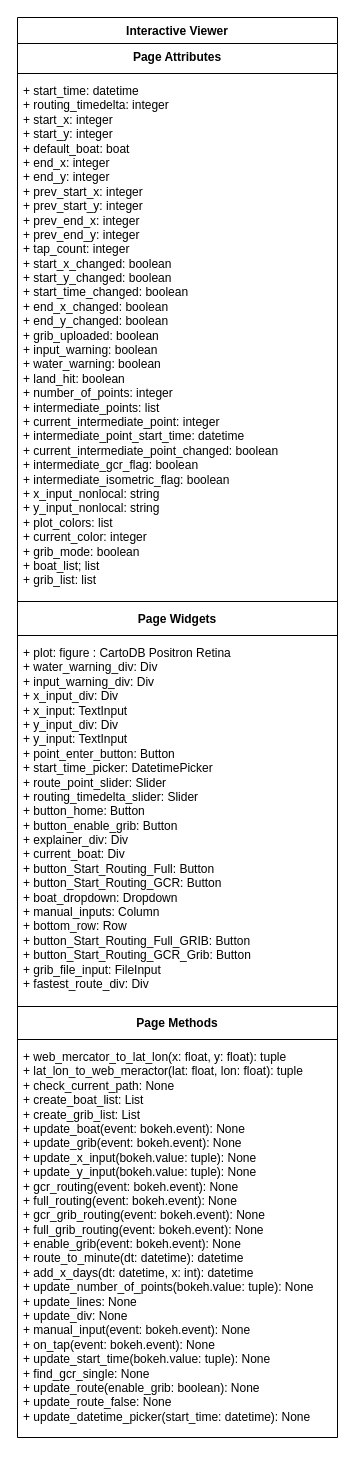
Before: Diagrams/Interactive_Viewer_diagram.drawio in vandorena/NEA, a draw.io diagram. Source tidied: cells renumbered, new cells numbered last; positions are measured from the earlier drawing's top-left corner, leaving out a move shared by most shapes. Both pictures are drawn from the tidied source at 100%, with x=0, y=0 at pixel (17, 17).
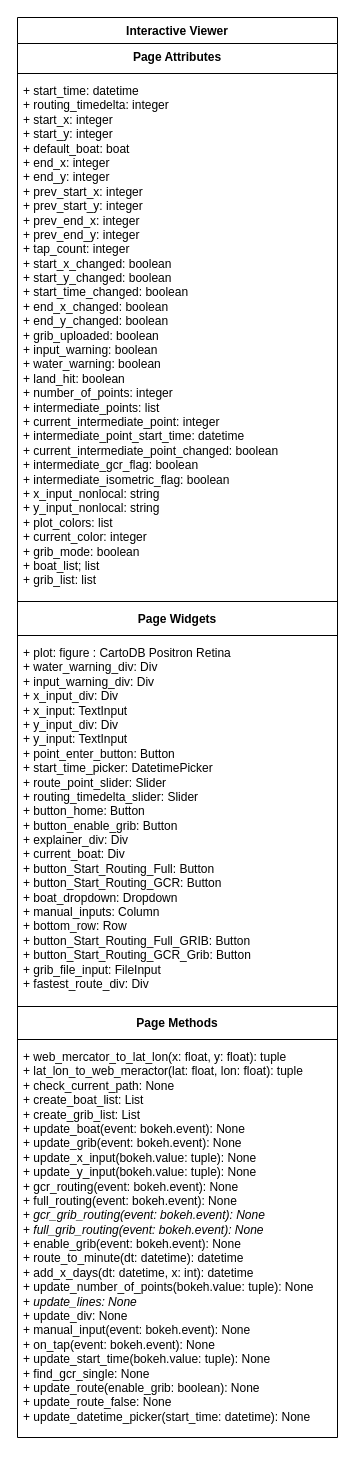
After the change.

Diff of the diagram source:
```diff
@@
 <mxGraphModel>
   <root>
     <mxCell id="0" />
     <mxCell id="1" parent="0" />
     <mxCell id="2" value="Interactive Viewer" style="swimlane;fontStyle=1;align=center;verticalAlign=top;horizontal=1;startSize=26;whiteSpace=wrap;html=1;" parent="1" vertex="1">
       <mxGeometry width="320" height="1420" as="geometry" />
     </mxCell>
     <mxCell id="3" value="&lt;span style=&quot;font-weight: 700;&quot;&gt;Page Attributes&lt;/span&gt;" style="text;strokeColor=none;fillColor=none;align=center;verticalAlign=top;spacingLeft=4;spacingRight=4;overflow=hidden;whiteSpace=wrap;html=1;" parent="2" vertex="1">
       <mxGeometry y="26" width="320" height="26" as="geometry" />
     </mxCell>
     <mxCell id="4" style="line;strokeWidth=1;fillColor=none;align=left;verticalAlign=middle;spacingTop=-1;spacingLeft=3;spacingRight=3;labelPosition=right;strokeColor=inherit;" parent="2" vertex="1">
       <mxGeometry y="52" width="320" height="8" as="geometry" />
     </mxCell>
     <mxCell id="5" value="+ start_time: datetime&lt;div&gt;+ routing_timedelta: integer&lt;/div&gt;&lt;div&gt;+ start_x: integer&lt;/div&gt;&lt;div&gt;+ start_y: integer&lt;/div&gt;&lt;div&gt;+ default_boat: boat&lt;/div&gt;&lt;div&gt;+ end_x: integer&lt;/div&gt;&lt;div&gt;+ end_y: integer&lt;/div&gt;&lt;div&gt;+ prev_start_x: integer&lt;/div&gt;&lt;div&gt;+ prev_start_y: integer&lt;/div&gt;&lt;div&gt;+ prev_end_x: integer&lt;/div&gt;&lt;div&gt;+ prev_end_y: integer&lt;/div&gt;&lt;div&gt;+ tap_count: integer&lt;/div&gt;&lt;div&gt;+ start_x_changed: boolean&lt;/div&gt;&lt;div&gt;+ start_y_changed: boolean&lt;/div&gt;&lt;div&gt;+ start_time_changed: boolean&lt;/div&gt;&lt;div&gt;+ end_x_changed: boolean&lt;/div&gt;&lt;div&gt;+ end_y_changed: boolean&lt;/div&gt;&lt;div&gt;+ grib_uploaded: boolean&lt;/div&gt;&lt;div&gt;+ input_warning: boolean&lt;/div&gt;&lt;div&gt;+ water_warning: boolean&lt;/div&gt;&lt;div&gt;+ land_hit: boolean&lt;/div&gt;&lt;div&gt;+ number_of_points: integer&lt;/div&gt;&lt;div&gt;+ intermediate_points: list&lt;/div&gt;&lt;div&gt;+ current_intermediate_point: integer&lt;/div&gt;&lt;div&gt;+ intermediate_point_start_time: datetime&lt;/div&gt;&lt;div&gt;+ current_intermediate_point_changed: boolean&lt;/div&gt;&lt;div&gt;+ intermediate_gcr_flag: boolean&lt;/div&gt;&lt;div&gt;+ intermediate_isometric_flag: boolean&lt;/div&gt;&lt;div&gt;+ x_input_nonlocal: string&lt;/div&gt;&lt;div&gt;+ y_input_nonlocal: string&lt;/div&gt;&lt;div&gt;+ plot_colors: list&lt;/div&gt;&lt;div&gt;+ current_color: integer&lt;/div&gt;&lt;div&gt;+ grib_mode: boolean&lt;/div&gt;&lt;div&gt;+ boat_list; list&lt;/div&gt;&lt;div&gt;+ grib_list: list&lt;/div&gt;&lt;div&gt;&lt;br&gt;&lt;/div&gt;&lt;div&gt;&lt;br&gt;&lt;/div&gt;&lt;div&gt;&lt;br&gt;&lt;/div&gt;&lt;div&gt;&lt;br&gt;&lt;/div&gt;" style="text;strokeColor=none;fillColor=none;align=left;verticalAlign=top;spacingLeft=4;spacingRight=4;overflow=hidden;whiteSpace=wrap;html=1;" parent="2" vertex="1">
       <mxGeometry y="60" width="320" height="520" as="geometry" />
     </mxCell>
     <mxCell id="6" style="line;strokeWidth=1;fillColor=none;align=left;verticalAlign=middle;spacingTop=-1;spacingLeft=3;spacingRight=3;labelPosition=right;strokeColor=inherit;" parent="2" vertex="1">
       <mxGeometry y="580" width="320" height="8" as="geometry" />
     </mxCell>
     <mxCell id="7" value="&lt;span style=&quot;font-weight: 700;&quot;&gt;Page Widgets&lt;/span&gt;" style="text;strokeColor=none;fillColor=none;align=center;verticalAlign=top;spacingLeft=4;spacingRight=4;overflow=hidden;whiteSpace=wrap;html=1;" parent="2" vertex="1">
       <mxGeometry y="588" width="320" height="26" as="geometry" />
     </mxCell>
     <mxCell id="8" style="line;strokeWidth=1;fillColor=none;align=left;verticalAlign=middle;spacingTop=-1;spacingLeft=3;spacingRight=3;labelPosition=right;strokeColor=inherit;" parent="2" vertex="1">
       <mxGeometry y="614" width="320" height="8" as="geometry" />
     </mxCell>
     <mxCell id="9" value="+ plot: figure : CartoDB Positron Retina&lt;div&gt;+ water_warning_div: Div&lt;div&gt;+ input_warning_div: Div&lt;/div&gt;&lt;div&gt;+ x_input_div: Div&lt;/div&gt;&lt;div&gt;+ x_input: TextInput&lt;/div&gt;&lt;div&gt;+ y_input_div: Div&lt;/div&gt;&lt;div&gt;+ y_input: TextInput&lt;/div&gt;&lt;div&gt;+ point_enter_button: Button&lt;/div&gt;&lt;div&gt;+ start_time_picker: DatetimePicker&lt;/div&gt;&lt;div&gt;+ route_point_slider: Slider&lt;/div&gt;&lt;div&gt;+ routing_timedelta_slider: Slider&lt;/div&gt;&lt;div&gt;+ button_home: Button&lt;/div&gt;&lt;div&gt;+ button_enable_grib: Button&lt;/div&gt;&lt;div&gt;+ explainer_div: Div&lt;/div&gt;&lt;div&gt;+ current_boat: Div&lt;/div&gt;&lt;div&gt;+ button_Start_Routing_Full: Button&lt;/div&gt;&lt;div&gt;+ button_Start_Routing_GCR: Button&lt;/div&gt;&lt;div&gt;+ boat_dropdown: Dropdown&lt;/div&gt;&lt;div&gt;+ manual_inputs: Column&lt;/div&gt;&lt;div&gt;+ bottom_row: Row&lt;/div&gt;&lt;div&gt;+ button_Start_Routing_Full_GRIB: Button&lt;/div&gt;&lt;div&gt;+ button_Start_Routing_GCR_Grib: Button&lt;/div&gt;&lt;div&gt;+ grib_file_input: FileInput&lt;/div&gt;&lt;div&gt;+ fastest_route_div: Div&lt;/div&gt;&lt;/div&gt;" style="text;strokeColor=none;fillColor=none;align=left;verticalAlign=top;spacingLeft=4;spacingRight=4;overflow=hidden;whiteSpace=wrap;html=1;" parent="2" vertex="1">
       <mxGeometry y="622" width="320" height="364" as="geometry" />
     </mxCell>
     <mxCell id="10" style="line;strokeWidth=1;fillColor=none;align=left;verticalAlign=middle;spacingTop=-1;spacingLeft=3;spacingRight=3;labelPosition=right;strokeColor=inherit;" parent="2" vertex="1">
       <mxGeometry y="986" width="320" height="6" as="geometry" />
     </mxCell>
     <mxCell id="11" value="&lt;span style=&quot;font-weight: 700;&quot;&gt;Page Methods&lt;/span&gt;" style="text;strokeColor=none;fillColor=none;align=center;verticalAlign=top;spacingLeft=4;spacingRight=4;overflow=hidden;whiteSpace=wrap;html=1;" parent="2" vertex="1">
       <mxGeometry y="992" width="320" height="26" as="geometry" />
     </mxCell>
     <mxCell id="12" style="line;strokeWidth=1;fillColor=none;align=left;verticalAlign=middle;spacingTop=-1;spacingLeft=3;spacingRight=3;labelPosition=right;strokeColor=inherit;" parent="2" vertex="1">
       <mxGeometry y="1018" width="320" height="8" as="geometry" />
     </mxCell>
-    <mxCell id="13" value="+ web_mercator_to_lat_lon(x: float, y: float): tuple&lt;div&gt;+ lat_lon_to_web_meractor(lat: float, lon: float): tuple&lt;/div&gt;&lt;div&gt;+ check_current_path: None&lt;/div&gt;&lt;div&gt;+ create_boat_list: List&lt;/div&gt;&lt;div&gt;+ create_grib_list: List&lt;/div&gt;&lt;div&gt;+ update_boat(event: bokeh.event): None&lt;/div&gt;&lt;div&gt;+ update_grib(event: bokeh.event): None&lt;/div&gt;&lt;div&gt;+ update_x_input(bokeh.value: tuple): None&lt;/div&gt;&lt;div&gt;+ update_y_input(bokeh.value: tuple): None&lt;/div&gt;&lt;div&gt;+ gcr_routing(event: bokeh.event): None&lt;/div&gt;&lt;div&gt;+ full_routing(event: bokeh.event): None&lt;/div&gt;&lt;div&gt;+ gcr_grib_routing(event: bokeh.event): None&lt;/div&gt;&lt;div&gt;+ full_grib_routing(event: bokeh.event): None&lt;/div&gt;&lt;div&gt;+ enable_grib(event: bokeh.event): None&lt;/div&gt;&lt;div&gt;+ route_to_minute(dt: datetime): datetime&lt;/div&gt;&lt;div&gt;+ add_x_days(dt: datetime, x: int): datetime&lt;/div&gt;&lt;div&gt;+ update_number_of_points(bokeh.value: tuple): None&lt;/div&gt;&lt;div&gt;+ update_lines: None&lt;/div&gt;&lt;div&gt;+ update_div: None&lt;/div&gt;&lt;div&gt;+ manual_input(event: bokeh.event): None&lt;/div&gt;&lt;div&gt;+ on_tap(event: bokeh.event): None&lt;/div&gt;&lt;div&gt;+ update_start_time(bokeh.value: tuple): None&lt;/div&gt;&lt;div&gt;+ find_gcr_single: None&lt;/div&gt;&lt;div&gt;+ update_route(enable_grib: boolean): None&lt;/div&gt;&lt;div&gt;+ update_route_false: None&lt;/div&gt;&lt;div&gt;+ update_datetime_picker(start_time: datetime): None&lt;/div&gt;" style="text;strokeColor=none;fillColor=none;align=left;verticalAlign=top;spacingLeft=4;spacingRight=4;overflow=hidden;whiteSpace=wrap;html=1;" parent="2" vertex="1">
+    <mxCell id="13" value="+ web_mercator_to_lat_lon(x: float, y: float): tuple&lt;div&gt;+ lat_lon_to_web_meractor(lat: float, lon: float): tuple&lt;/div&gt;&lt;div&gt;+ check_current_path: None&lt;/div&gt;&lt;div&gt;+ create_boat_list: List&lt;/div&gt;&lt;div&gt;+ create_grib_list: List&lt;/div&gt;&lt;div&gt;+ update_boat(event: bokeh.event): None&lt;/div&gt;&lt;div&gt;+ update_grib(event: bokeh.event): None&lt;/div&gt;&lt;div&gt;+ update_x_input(bokeh.value: tuple): None&lt;/div&gt;&lt;div&gt;+ update_y_input(bokeh.value: tuple): None&lt;/div&gt;&lt;div&gt;+ gcr_routing(event: bokeh.event): None&lt;/div&gt;&lt;div&gt;+ full_routing(event: bokeh.event): None&lt;/div&gt;&lt;div&gt;+ &lt;i&gt;gcr_grib_routing(event: bokeh.event): None&lt;/i&gt;&lt;/div&gt;&lt;div&gt;+ &lt;i&gt;full_grib_routing(event: bokeh.event): None&lt;/i&gt;&lt;/div&gt;&lt;div&gt;+ enable_grib(event: bokeh.event): None&lt;/div&gt;&lt;div&gt;+ route_to_minute(dt: datetime): datetime&lt;/div&gt;&lt;div&gt;+ add_x_days(dt: datetime, x: int): datetime&lt;/div&gt;&lt;div&gt;+ update_number_of_points(bokeh.value: tuple): None&lt;/div&gt;&lt;div&gt;+ &lt;i&gt;update_lines: None&lt;/i&gt;&lt;/div&gt;&lt;div&gt;+ update_div: None&lt;/div&gt;&lt;div&gt;+ manual_input(event: bokeh.event): None&lt;/div&gt;&lt;div&gt;+ on_tap(event: bokeh.event): None&lt;/div&gt;&lt;div&gt;+ update_start_time(bokeh.value: tuple): None&lt;/div&gt;&lt;div&gt;+ find_gcr_single: None&lt;/div&gt;&lt;div&gt;+ update_route(enable_grib: boolean): None&lt;/div&gt;&lt;div&gt;+ update_route_false: None&lt;/div&gt;&lt;div&gt;+ update_datetime_picker(start_time: datetime): None&lt;/div&gt;" style="text;strokeColor=none;fillColor=none;align=left;verticalAlign=top;spacingLeft=4;spacingRight=4;overflow=hidden;whiteSpace=wrap;html=1;" parent="2" vertex="1">
       <mxGeometry y="1026" width="320" height="394" as="geometry" />
     </mxCell>
   </root>
 </mxGraphModel>
```
